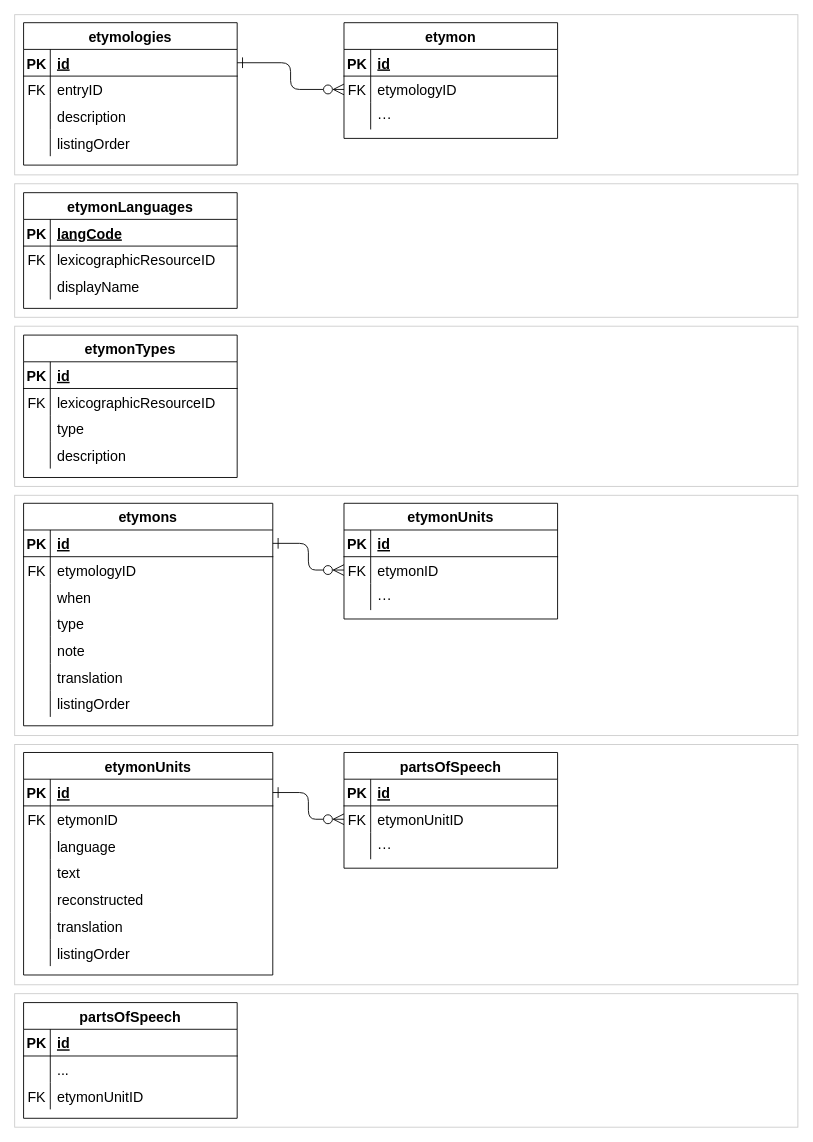
Before: dmlex-v1.0/specification/modules/etymology/databaseDiagrams/diagrams.drawio in oasis-tcs/lexidma, a draw.io diagram. Source tidied: cells renumbered, new cells numbered last; positions are measured from the earlier drawing's top-left corner, leaving out a move shared by most shapes. Both pictures are drawn from the tidied source at 89%, with x=0, y=0 at pixel (14, 14).
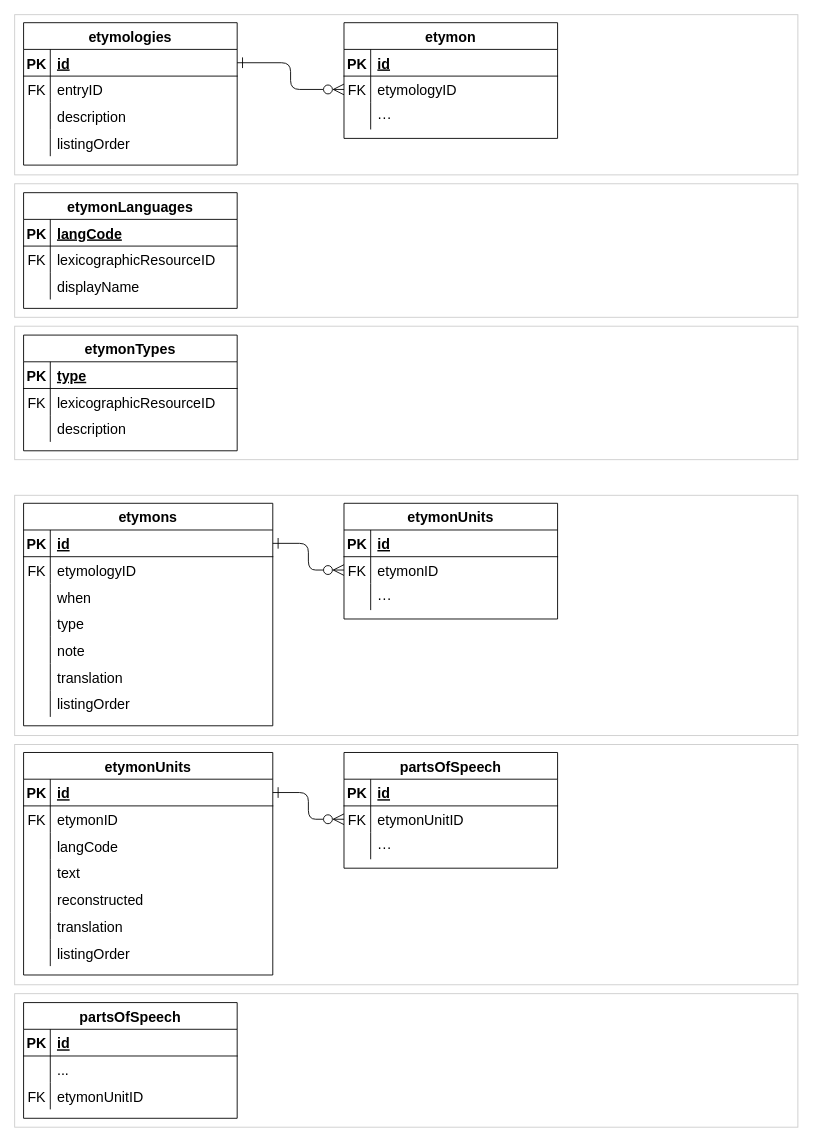
Above is the later version.

Unchanged cells that the change refers to:
```xml
<mxCell id="63" style="shape=tableRow;horizontal=0;startSize=0;swimlaneHead=0;swimlaneBody=0;fillColor=none;top=0;left=0;right=0;bottom=1;fontSize=16;" parent="62" vertex="1">
  <mxGeometry y="30" width="240" height="30" as="geometry" />
</mxCell>
<mxCell id="94" style="shape=tableRow;horizontal=0;startSize=0;swimlaneHead=0;swimlaneBody=0;fillColor=none;top=0;left=0;right=0;bottom=0;fontSize=16;" parent="87" vertex="1">
  <mxGeometry y="90" width="280" height="30" as="geometry" />
</mxCell>
```

The edit, as a diff of the source:
```diff
@@
     <mxCell id="61" style="rounded=0;whiteSpace=wrap;html=1;strokeColor=#CCCCCC;" parent="1" vertex="1">
-      <mxGeometry y="350" width="880" height="180" as="geometry" />
+      <mxGeometry y="350" width="880" height="150" as="geometry" />
     </mxCell>
     <mxCell id="62" value="etymonTypes" style="shape=table;startSize=30;childLayout=tableLayout;rowLines=0;fontStyle=1;align=center;fontSize=16;" parent="1" vertex="1">
-      <mxGeometry x="10" y="360" width="240" height="160" as="geometry" />
+      <mxGeometry x="10" y="360" width="240" height="130" as="geometry" />
     </mxCell>
@@
-    <mxCell id="65" value="id" style="shape=partialRectangle;fillColor=none;top=0;left=0;bottom=0;right=0;align=left;spacingLeft=6;fontStyle=5;overflow=hidden;fontSize=16;" parent="63" vertex="1">
+    <mxCell id="65" value="type" style="shape=partialRectangle;fillColor=none;top=0;left=0;bottom=0;right=0;align=left;spacingLeft=6;fontStyle=5;overflow=hidden;fontSize=16;" parent="63" vertex="1">
       <mxGeometry x="30" width="210" height="30" as="geometry" />
     </mxCell>
@@
-    <mxCell id="69" style="shape=tableRow;horizontal=0;startSize=0;swimlaneHead=0;swimlaneBody=0;fillColor=none;top=0;left=0;right=0;bottom=0;fontSize=16;" parent="62" vertex="1">
-      <mxGeometry y="90" width="240" height="30" as="geometry" />
-    </mxCell>
-    <mxCell id="70" style="shape=partialRectangle;fillColor=none;top=0;left=0;bottom=0;right=0;overflow=hidden;fontSize=16;" parent="69" vertex="1">
-      <mxGeometry width="30" height="30" as="geometry" />
-    </mxCell>
-    <mxCell id="71" value="type" style="shape=partialRectangle;fillColor=none;top=0;left=0;bottom=0;right=0;align=left;spacingLeft=6;overflow=hidden;fontSize=16;" parent="69" vertex="1">
-      <mxGeometry x="30" width="210" height="30" as="geometry" />
-    </mxCell>
     <mxCell id="72" style="shape=tableRow;horizontal=0;startSize=0;swimlaneHead=0;swimlaneBody=0;fillColor=none;top=0;left=0;right=0;bottom=0;fontSize=16;" parent="62" vertex="1">
-      <mxGeometry y="120" width="240" height="30" as="geometry" />
+      <mxGeometry y="90" width="240" height="30" as="geometry" />
     </mxCell>
@@
-    <mxCell id="96" value="language" style="shape=partialRectangle;fillColor=none;top=0;left=0;bottom=0;right=0;align=left;spacingLeft=6;overflow=hidden;fontSize=16;" parent="94" vertex="1">
+    <mxCell id="96" value="langCode" style="shape=partialRectangle;fillColor=none;top=0;left=0;bottom=0;right=0;align=left;spacingLeft=6;overflow=hidden;fontSize=16;" parent="94" vertex="1">
       <mxGeometry x="30" width="250" height="30" as="geometry" />
     </mxCell>
```
